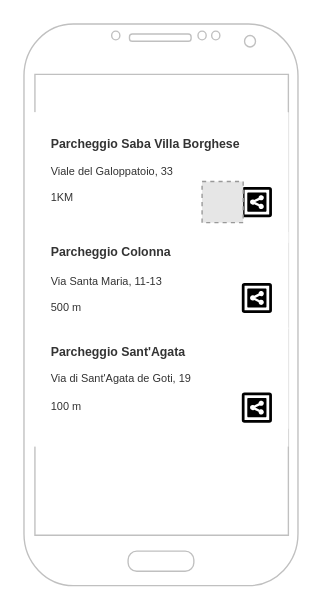
Before: wireframe.drawio in robertamora/2020-21-webdesign-verifica, a draw.io diagram. Source tidied: cells renumbered, new cells numbered last; positions are measured from the earlier drawing's top-left corner, leaving out a move shared by most shapes. Both pictures are drawn from the tidied source at 137%, with x=0, y=0 at pixel (23, 23). Pictures stored in the file or linked from it are replaced by grey dashed boxes.
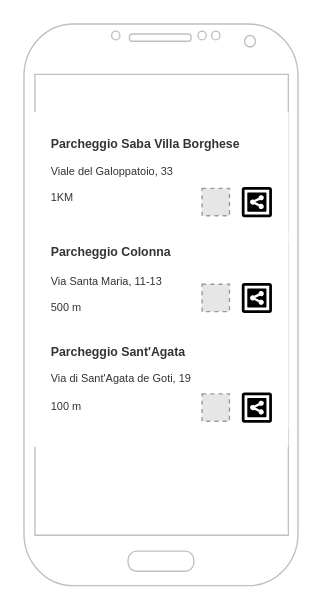
The same diagram, later.

What changed in the source:
```diff
@@
 <mxGraphModel>
   <root>
     <mxCell id="0" />
     <mxCell id="1" parent="0" />
     <mxCell id="2" style="verticalLabelPosition=bottom;verticalAlign=top;html=1;shadow=0;dashed=0;strokeWidth=1;shape=mxgraph.android.phone2;strokeColor=#c0c0c0;" parent="1" vertex="1">
       <mxGeometry width="200" height="410" as="geometry" />
     </mxCell>
     <mxCell id="3" style="strokeWidth=1;html=1;shadow=0;dashed=0;shape=mxgraph.android.rrect;rSize=0;strokeColor=#FFFFFF;" parent="1" vertex="1">
       <mxGeometry x="7.5" y="65" width="185" height="243" as="geometry" />
     </mxCell>
     <mxCell id="4" value="&lt;b&gt;&lt;font style=&quot;font-size: 9px&quot;&gt;Parcheggio Saba Villa Borghese&lt;br&gt;&lt;/font&gt;&lt;/b&gt;&lt;br&gt;Viale del Galoppatoio, 33&amp;nbsp;&lt;br&gt;&lt;br&gt;1KM&lt;br&gt;&lt;div style=&quot;text-align: center&quot;&gt;&lt;br&gt;&lt;/div&gt;" style="strokeColor=inherit;fillColor=inherit;gradientColor=inherit;strokeWidth=1;html=1;shadow=0;dashed=0;shape=mxgraph.android.rrect;rSize=0;align=left;spacingLeft=10;fontSize=8;fontColor=#333333;" parent="3" vertex="1">
       <mxGeometry width="185" height="94.3" as="geometry" />
     </mxCell>
     <mxCell id="5" value="&lt;b style=&quot;font-size: 9px&quot;&gt;Parcheggio Colonna&lt;br&gt;&lt;br&gt;&lt;/b&gt;Via Santa Maria, 11-13&lt;br&gt;&lt;br&gt;500 m" style="strokeColor=inherit;fillColor=inherit;gradientColor=inherit;strokeWidth=1;html=1;shadow=0;dashed=0;shape=mxgraph.android.rrect;rSize=0;align=left;spacingLeft=10;fontSize=8;fontColor=#333333;" parent="3" vertex="1">
       <mxGeometry y="87.3" width="185" height="69.8" as="geometry" />
     </mxCell>
     <mxCell id="6" value="&lt;b&gt;&lt;font style=&quot;font-size: 9px&quot;&gt;Parcheggio Sant'Agata&lt;br&gt;&lt;/font&gt;&lt;/b&gt;&lt;br&gt;Via di Sant'Agata de Goti, 19&amp;nbsp;&lt;br&gt;&lt;br&gt;100 m" style="strokeColor=inherit;fillColor=inherit;gradientColor=inherit;strokeWidth=1;html=1;shadow=0;dashed=0;shape=mxgraph.android.rrect;rSize=0;align=left;spacingLeft=10;fontSize=8;fontColor=#333333;" parent="3" vertex="1">
       <mxGeometry y="157.1" width="185" height="72.9" as="geometry" />
     </mxCell>
     <mxCell id="7" style="verticalLabelPosition=bottom;shadow=0;dashed=0;verticalAlign=top;strokeWidth=2;html=1;shape=mxgraph.mockup.misc.shareIcon;" parent="3" vertex="1">
       <mxGeometry x="152.5" y="55" width="20" height="20" as="geometry" />
     </mxCell>
     <mxCell id="8" style="verticalLabelPosition=bottom;shadow=0;dashed=0;verticalAlign=top;strokeWidth=2;html=1;shape=mxgraph.mockup.misc.shareIcon;" parent="3" vertex="1">
       <mxGeometry x="152.5" y="125" width="20" height="20" as="geometry" />
     </mxCell>
     <mxCell id="9" style="verticalLabelPosition=bottom;shadow=0;dashed=0;verticalAlign=top;strokeWidth=2;html=1;shape=mxgraph.mockup.misc.shareIcon;" parent="3" vertex="1">
       <mxGeometry x="152.5" y="205" width="20" height="20" as="geometry" />
     </mxCell>
-    <mxCell id="10" style="fillColor=#E6E6E6;strokeColor=#999999;dashed=1;html=1;verticalAlign=top;verticalLabelPosition=bottom;labelBackgroundColor=#ffffff;rotation=-180;" parent="3" vertex="1">
-      <mxGeometry x="122.5" y="50" width="30" height="30" as="geometry" />
-    </mxCell>
+    <mxCell id="11" style="fillColor=#E6E6E6;strokeColor=#999999;dashed=1;html=1;verticalAlign=top;verticalLabelPosition=bottom;labelBackgroundColor=#ffffff;" parent="3" vertex="1">
+      <mxGeometry x="122.5" y="205" width="20" height="20" as="geometry" />
+    </mxCell>
+    <mxCell id="12" style="fillColor=#E6E6E6;strokeColor=#999999;dashed=1;html=1;verticalAlign=top;verticalLabelPosition=bottom;labelBackgroundColor=#ffffff;" parent="3" vertex="1">
+      <mxGeometry x="122.5" y="125" width="20" height="20" as="geometry" />
+    </mxCell>
+    <mxCell id="13" style="fillColor=#E6E6E6;strokeColor=#999999;dashed=1;html=1;verticalAlign=top;verticalLabelPosition=bottom;labelBackgroundColor=#ffffff;" parent="3" vertex="1">
+      <mxGeometry x="122.5" y="55" width="20" height="20" as="geometry" />
+    </mxCell>
   </root>
 </mxGraphModel>
```
